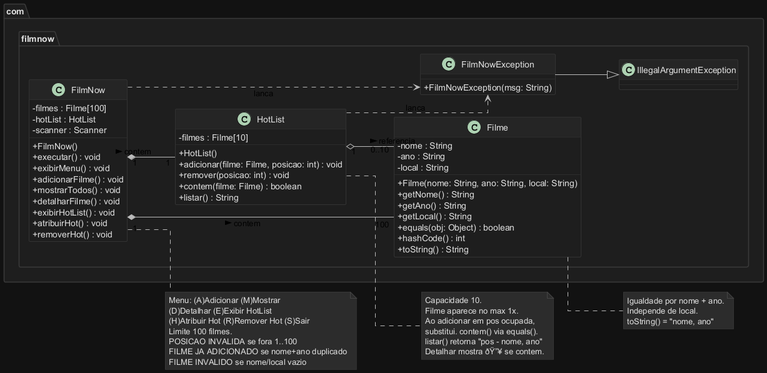
juliovlpsp-commits/LAB03 keeps this PlantUML diagram as docs/FilmNow_UML.png. Above is the earlier version. Source of this version:
```plantuml
@startuml FilmNow
left to right direction
skinparam backgroundColor #121212
skinparam shadowing false
skinparam ArrowColor #BBBBBB
skinparam ClassBackgroundColor #1E1E1E
skinparam ClassBorderColor #3A3A3A
skinparam ClassFontColor #E0E0E0
skinparam ClassAttributeFontColor #E0E0E0
skinparam ClassStereotypeFontColor #90CAF9
skinparam ClassHeaderBackgroundColor #252525
skinparam NoteBackgroundColor #2C2C2C
skinparam NoteBorderColor #444444
skinparam NoteFontColor #E0E0E0
skinparam PackageBackgroundColor #1E1E1E
skinparam PackageBorderColor #3A3A3A
skinparam PackageFontColor #E0E0E0
skinparam classAttributeIconSize 0
skinparam linetype ortho

package "com.filmnow" {

  class FilmNow {
    - filmes : Filme[100]
    - hotList : HotList
    - scanner : Scanner
    + FilmNow()
    + executar() : void
    + exibirMenu() : void
    + adicionarFilme() : void
    + mostrarTodos() : void
    + detalharFilme() : void
    + exibirHotList() : void
    + atribuirHot() : void
    + removerHot() : void
  }

  class Filme {
    - nome : String
    - ano : String
    - local : String
    + Filme(nome: String, ano: String, local: String)
    + getNome() : String
    + getAno() : String
    + getLocal() : String
    + equals(obj: Object) : boolean
    + hashCode() : int
    + toString() : String
  }

  class HotList {
    - filmes : Filme[10]
    + HotList()
    + adicionar(filme: Filme, posicao: int) : void
    + remover(posicao: int) : void
    + contem(filme: Filme) : boolean
    + listar() : String
  }

  class "FilmNowException" as FilmEx {
    + FilmNowException(msg: String)
  }

  FilmEx --|> IllegalArgumentException

}

FilmNow "1" *-- "100" Filme : contem >
FilmNow "1" *-- "1" HotList : contem >
HotList "1" o-- "0..10" Filme : referencia >
FilmNow ..> FilmEx : lanca
HotList ..> FilmEx : lanca

note right of FilmNow
  Menu: (A)Adicionar (M)Mostrar
  (D)Detalhar (E)Exibir HotList
  (H)Atribuir Hot (R)Remover Hot (S)Sair
  Limite 100 filmes.
  POSICAO INVALIDA se fora 1..100
  FILME JA ADICIONADO se nome+ano duplicado
  FILME INVALIDO se nome/local vazio
end note

note right of Filme
  Igualdade por nome + ano.
  Independe de local.
  toString() = "nome, ano"
end note

note right of HotList
  Capacidade 10.
  Filme aparece no max 1x.
  Ao adicionar em pos ocupada,
  substitui. contem() via equals().
  listar() retorna "pos - nome, ano"
  Detalhar mostra ðŸ”¥ se contem.
end note

@enduml
```
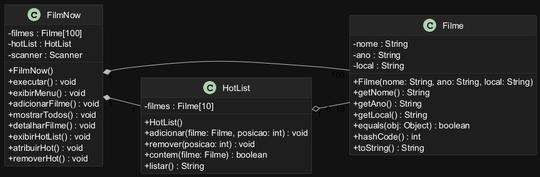
Later version of the same file.

The edit, as a diff of the source:
```diff
@@ -5,95 +5,51 @@
 skinparam ArrowColor #BBBBBB
 skinparam ClassBackgroundColor #1E1E1E
 skinparam ClassBorderColor #3A3A3A
-skinparam ClassFontColor #E0E0E0
-skinparam ClassAttributeFontColor #E0E0E0
+skinparam ClassFontColor #FFFFFF
+skinparam ClassAttributeFontColor #FFFFFF
 skinparam ClassStereotypeFontColor #90CAF9
 skinparam ClassHeaderBackgroundColor #252525
-skinparam NoteBackgroundColor #2C2C2C
-skinparam NoteBorderColor #444444
-skinparam NoteFontColor #E0E0E0
-skinparam PackageBackgroundColor #1E1E1E
-skinparam PackageBorderColor #3A3A3A
-skinparam PackageFontColor #E0E0E0
+skinparam PackageBackgroundColor #121212
 skinparam classAttributeIconSize 0
-skinparam linetype ortho
 
-package "com.filmnow" {
-
-  class FilmNow {
-    - filmes : Filme[100]
-    - hotList : HotList
-    - scanner : Scanner
-    + FilmNow()
-    + executar() : void
-    + exibirMenu() : void
-    + adicionarFilme() : void
-    + mostrarTodos() : void
-    + detalharFilme() : void
-    + exibirHotList() : void
-    + atribuirHot() : void
-    + removerHot() : void
-  }
-
-  class Filme {
-    - nome : String
-    - ano : String
-    - local : String
-    + Filme(nome: String, ano: String, local: String)
-    + getNome() : String
-    + getAno() : String
-    + getLocal() : String
-    + equals(obj: Object) : boolean
-    + hashCode() : int
-    + toString() : String
-  }
-
-  class HotList {
-    - filmes : Filme[10]
-    + HotList()
-    + adicionar(filme: Filme, posicao: int) : void
-    + remover(posicao: int) : void
-    + contem(filme: Filme) : boolean
-    + listar() : String
-  }
-
-  class "FilmNowException" as FilmEx {
-    + FilmNowException(msg: String)
-  }
-
-  FilmEx --|> IllegalArgumentException
-
+class FilmNow {
+  - filmes : Filme[100]
+  - hotList : HotList
+  - scanner : Scanner
+  + FilmNow()
+  + executar() : void
+  + exibirMenu() : void
+  + adicionarFilme() : void
+  + mostrarTodos() : void
+  + detalharFilme() : void
+  + exibirHotList() : void
+  + atribuirHot() : void
+  + removerHot() : void
 }
 
-FilmNow "1" *-- "100" Filme : contem >
-FilmNow "1" *-- "1" HotList : contem >
-HotList "1" o-- "0..10" Filme : referencia >
-FilmNow ..> FilmEx : lanca
-HotList ..> FilmEx : lanca
+class Filme {
+  - nome : String
+  - ano : String
+  - local : String
+  + Filme(nome: String, ano: String, local: String)
+  + getNome() : String
+  + getAno() : String
+  + getLocal() : String
+  + equals(obj: Object) : boolean
+  + hashCode() : int
+  + toString() : String
+}
 
-note right of FilmNow
-  Menu: (A)Adicionar (M)Mostrar
-  (D)Detalhar (E)Exibir HotList
-  (H)Atribuir Hot (R)Remover Hot (S)Sair
-  Limite 100 filmes.
-  POSICAO INVALIDA se fora 1..100
-  FILME JA ADICIONADO se nome+ano duplicado
-  FILME INVALIDO se nome/local vazio
-end note
+class HotList {
+  - filmes : Filme[10]
+  + HotList()
+  + adicionar(filme: Filme, posicao: int) : void
+  + remover(posicao: int) : void
+  + contem(filme: Filme) : boolean
+  + listar() : String
+}
 
-note right of Filme
-  Igualdade por nome + ano.
-  Independe de local.
-  toString() = "nome, ano"
-end note
-
-note right of HotList
-  Capacidade 10.
-  Filme aparece no max 1x.
-  Ao adicionar em pos ocupada,
-  substitui. contem() via equals().
-  listar() retorna "pos - nome, ano"
-  Detalhar mostra ðŸ”¥ se contem.
-end note
-
+FilmNow "1" *-- "100" Filme
+FilmNow "1" *-- "1" HotList
+HotList "1" o-- "0..10" Filme
 @enduml
```
